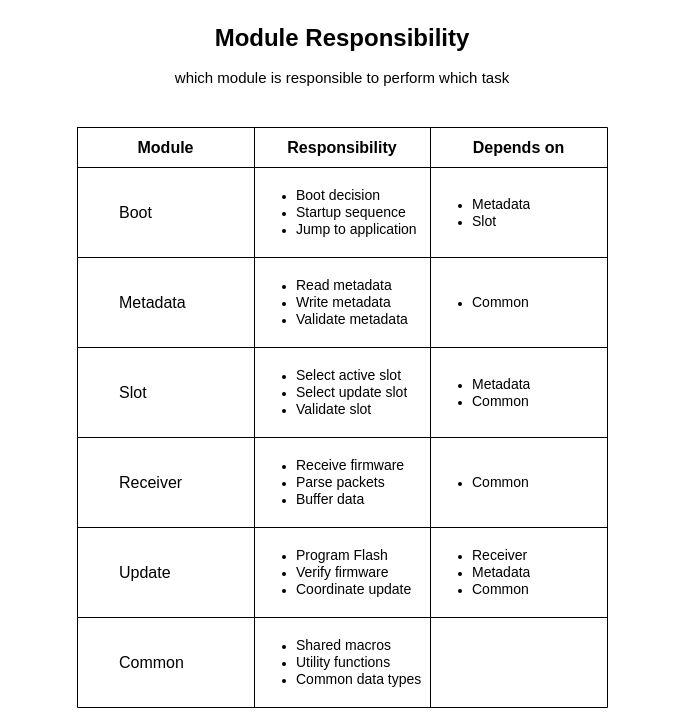
This is page "04 - Module Responsibilities" (4 of 9) of docs/Architecture.drawio from brajogopal/HEXBOOT_F0, a draw.io file, before an edit. Source tidied: cells renumbered, new cells numbered last; positions are measured from the earlier drawing's top-left corner, leaving out a move shared by most shapes. Both pictures are drawn from the tidied source at 100%, with x=0, y=0 at pixel (17, 17).
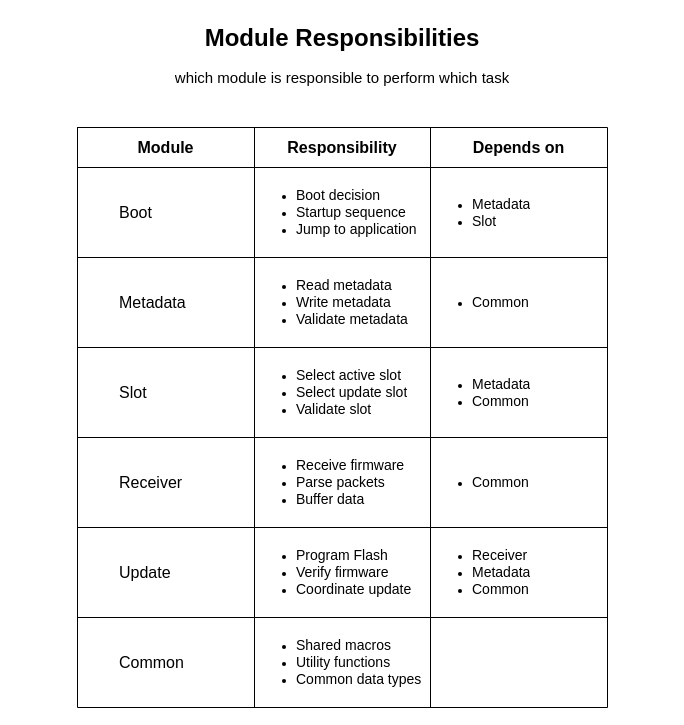
The same diagram, later.

The edit, as a diff of the source:
```diff
@@
-    <mxCell id="2" value="&lt;h1 style=&quot;margin-top: 0px;&quot;&gt;Module Responsibility&lt;/h1&gt;&lt;p&gt;&lt;font style=&quot;font-size: 15px;&quot;&gt;which module is responsible to perform which task&lt;/font&gt;&lt;/p&gt;" style="text;html=1;whiteSpace=wrap;overflow=hidden;rounded=0;align=center;" parent="1" vertex="1">
+    <mxCell id="2" value="&lt;h1 style=&quot;margin-top: 0px;&quot;&gt;Module&amp;nbsp;Responsibilities&lt;/h1&gt;&lt;p&gt;&lt;font style=&quot;font-size: 15px;&quot;&gt;which module is responsible to perform which task&lt;/font&gt;&lt;/p&gt;" style="text;html=1;whiteSpace=wrap;overflow=hidden;rounded=0;align=center;" parent="1" vertex="1">
       <mxGeometry width="650" height="80" as="geometry" />
     </mxCell>
```
